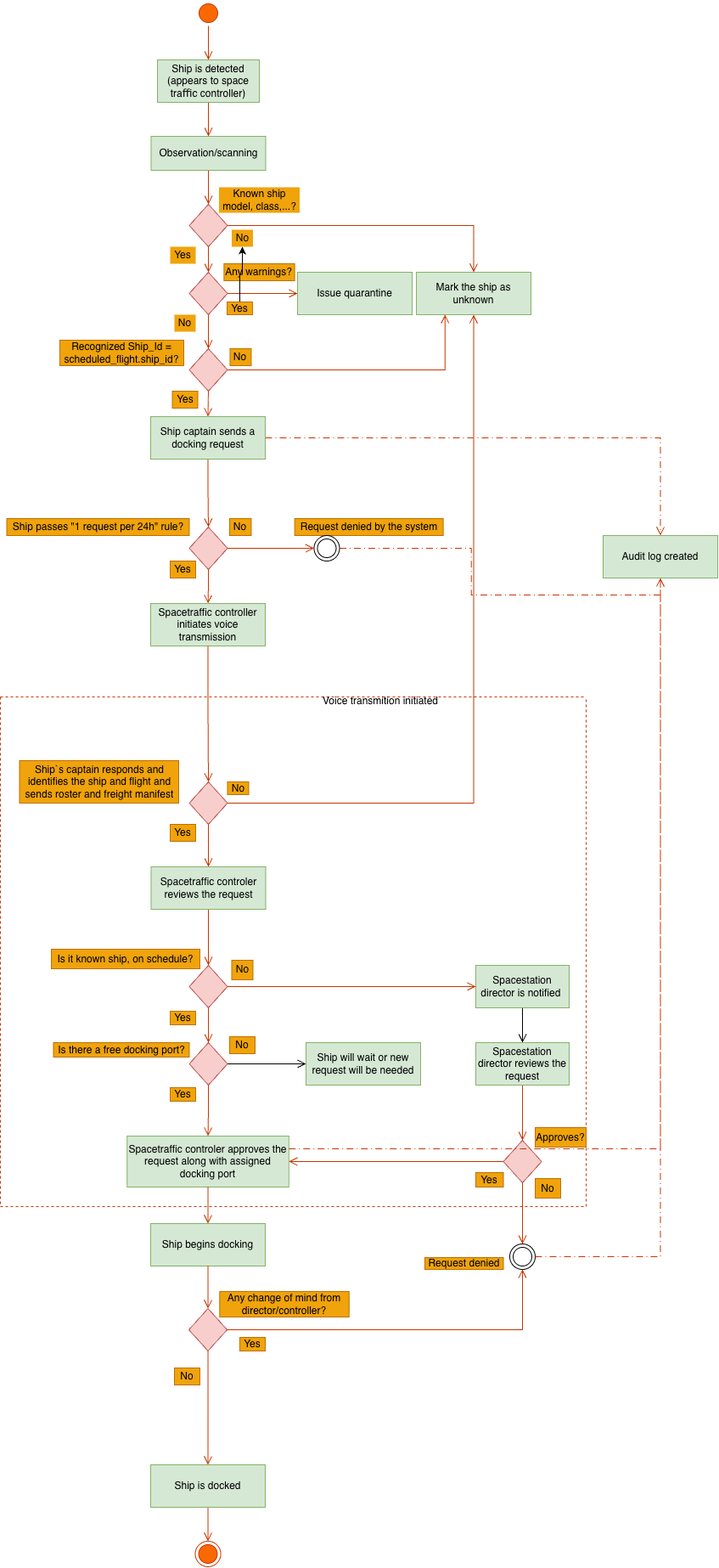
Above: Spacedock BPMN.drawio.png in Casual159/SpaceDock-home-assignment (draw.io), before the change. Source tidied: cells renumbered, new cells last; positions are measured from the earlier drawing's top-left corner, leaving out a move shared by most shapes.
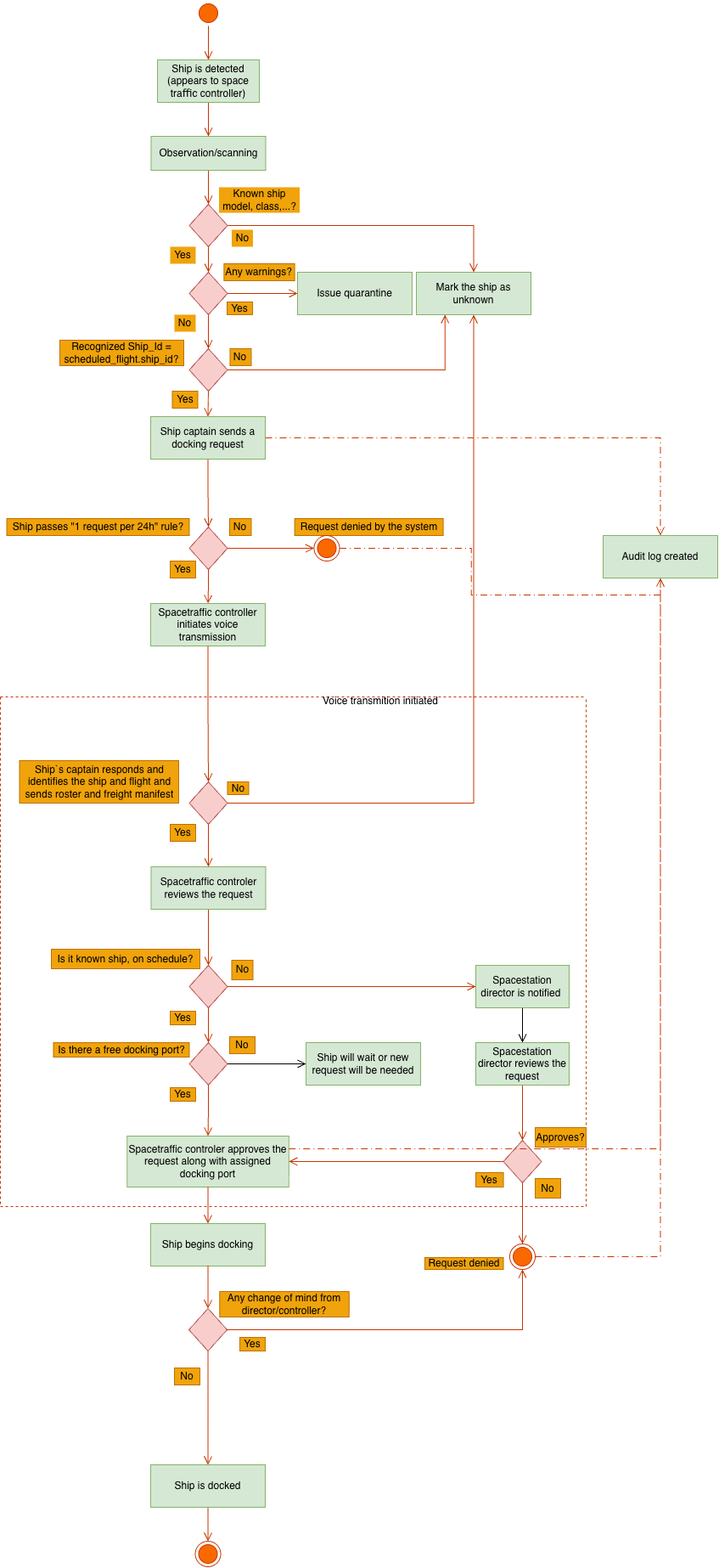
After the change.

Diff of the diagram source:
```diff
@@ -59,9 +59,6 @@
     <mxCell id="20" value="Issue quarantine" style="rounded=0;whiteSpace=wrap;html=1;fontFamily=Helvetica;fontSize=12;labelBackgroundColor=none;fillColor=#d5e8d4;strokeColor=#82b366;" parent="1" vertex="1">
       <mxGeometry x="350" y="320" width="135" height="50" as="geometry" />
     </mxCell>
-    <mxCell id="21" style="edgeStyle=orthogonalEdgeStyle;rounded=0;jettySize=auto;html=1;" parent="1" edge="1" source="22" target="19">
-      <mxGeometry relative="1" as="geometry" />
-    </mxCell>
     <mxCell id="22" value="Yes" style="text;html=1;whiteSpace=wrap;align=center;verticalAlign=middle;rounded=0;fontFamily=Helvetica;fontSize=12;labelBackgroundColor=none;fillColor=#f0a30a;fontColor=#000000;strokeColor=#BD7000;" parent="1" vertex="1">
       <mxGeometry x="267" y="355" width="30" height="15" as="geometry" />
     </mxCell>
@@ -161,7 +158,7 @@
     <mxCell id="54" value="No" style="text;html=1;whiteSpace=wrap;align=center;verticalAlign=middle;rounded=0;fontFamily=Helvetica;fontSize=12;labelBackgroundColor=none;fillColor=#f0a30a;fontColor=#000000;strokeColor=#BD7000;" parent="23" vertex="1">
       <mxGeometry x="630" y="567" width="30" height="23" as="geometry" />
     </mxCell>
-    <mxCell id="55" style="ellipse;html=1;shape=endState;fontFamily=Helvetica;fontSize=12;labelBackgroundColor=none;" parent="23" vertex="1">
+    <mxCell id="55" style="ellipse;html=1;shape=endState;fontFamily=Helvetica;fontSize=12;labelBackgroundColor=none;fillColor=#fa6800;fontColor=#000000;strokeColor=#C73500;" parent="23" vertex="1">
       <mxGeometry x="600" y="644" width="30" height="30" as="geometry" />
     </mxCell>
     <mxCell id="56" value="Request denied" style="text;html=1;whiteSpace=wrap;align=center;verticalAlign=middle;rounded=0;fontFamily=Helvetica;fontSize=12;labelBackgroundColor=none;fillColor=#f0a30a;fontColor=#000000;strokeColor=#BD7000;" parent="23" vertex="1">
@@ -233,7 +230,7 @@
     <mxCell id="78" style="edgeStyle=orthogonalEdgeStyle;shape=connector;rounded=0;jettySize=auto;html=1;exitX=1;exitY=0.5;exitDx=0;exitDy=0;entryX=0.5;entryY=1;entryDx=0;entryDy=0;align=center;verticalAlign=bottom;fontFamily=Helvetica;fontSize=12;fontColor=default;labelBackgroundColor=none;endArrow=open;endSize=8;dashed=1;dashPattern=8 4 1 4;fillColor=#fa6800;strokeColor=#C73500;" parent="1" edge="1" source="79" target="76">
       <mxGeometry relative="1" as="geometry" />
     </mxCell>
-    <mxCell id="79" style="ellipse;html=1;shape=endState;fontFamily=Helvetica;fontSize=12;labelBackgroundColor=none;" parent="1" vertex="1">
+    <mxCell id="79" style="ellipse;html=1;shape=endState;fontFamily=Helvetica;fontSize=12;labelBackgroundColor=none;fillColor=#fa6800;fontColor=#000000;strokeColor=#C73500;" parent="1" vertex="1">
       <mxGeometry x="369.5" y="630" width="30" height="30" as="geometry" />
     </mxCell>
     <mxCell id="80" style="edgeStyle=orthogonalEdgeStyle;shape=connector;rounded=0;jettySize=auto;html=1;exitX=1;exitY=0.5;exitDx=0;exitDy=0;entryX=0.5;entryY=1;entryDx=0;entryDy=0;align=center;verticalAlign=bottom;fontFamily=Helvetica;fontSize=12;fontColor=default;labelBackgroundColor=none;endArrow=open;endSize=8;dashed=1;dashPattern=8 4 1 4;fillColor=#fa6800;strokeColor=#C73500;" parent="1" edge="1" source="55" target="76">
```
